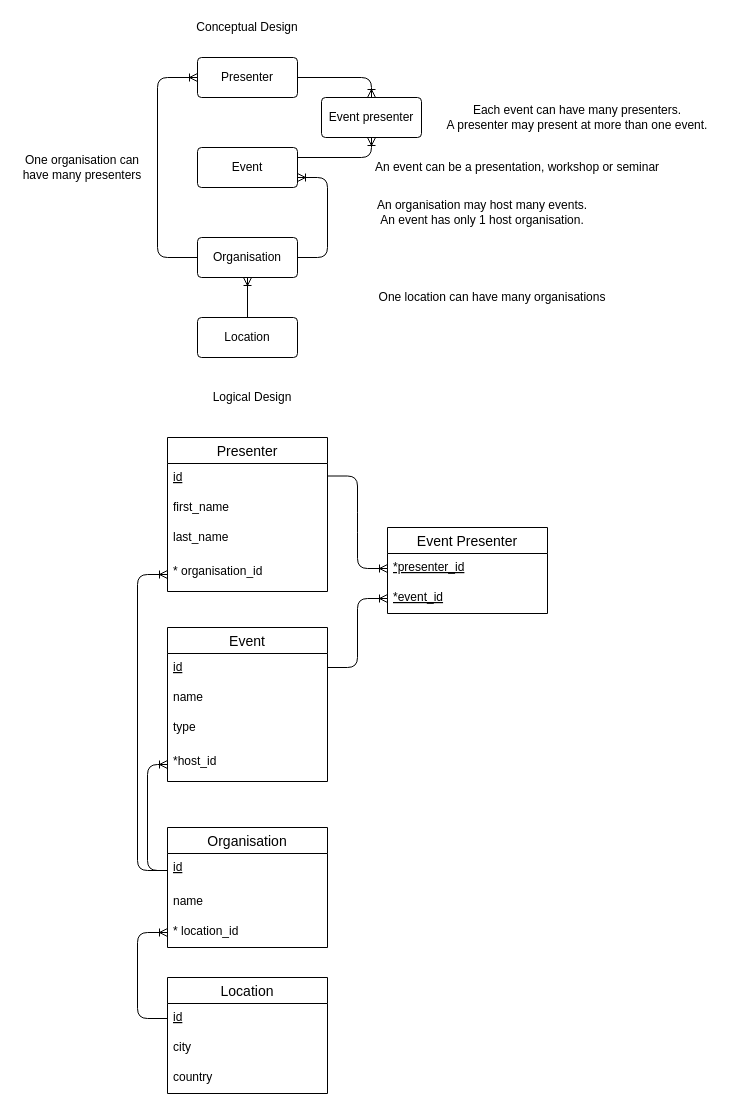
This is page "Page-1" (1 of 2) of persistence/creation/Untitled Diagram.drawio from Mariahutchinson44/COM728, a draw.io file, before an edit. Source tidied: cells renumbered, new cells numbered last; positions are measured from the earlier drawing's top-left corner, leaving out a move shared by most shapes. Both pictures are drawn from the tidied source at 100%, with x=0, y=0 at pixel (17, 17).
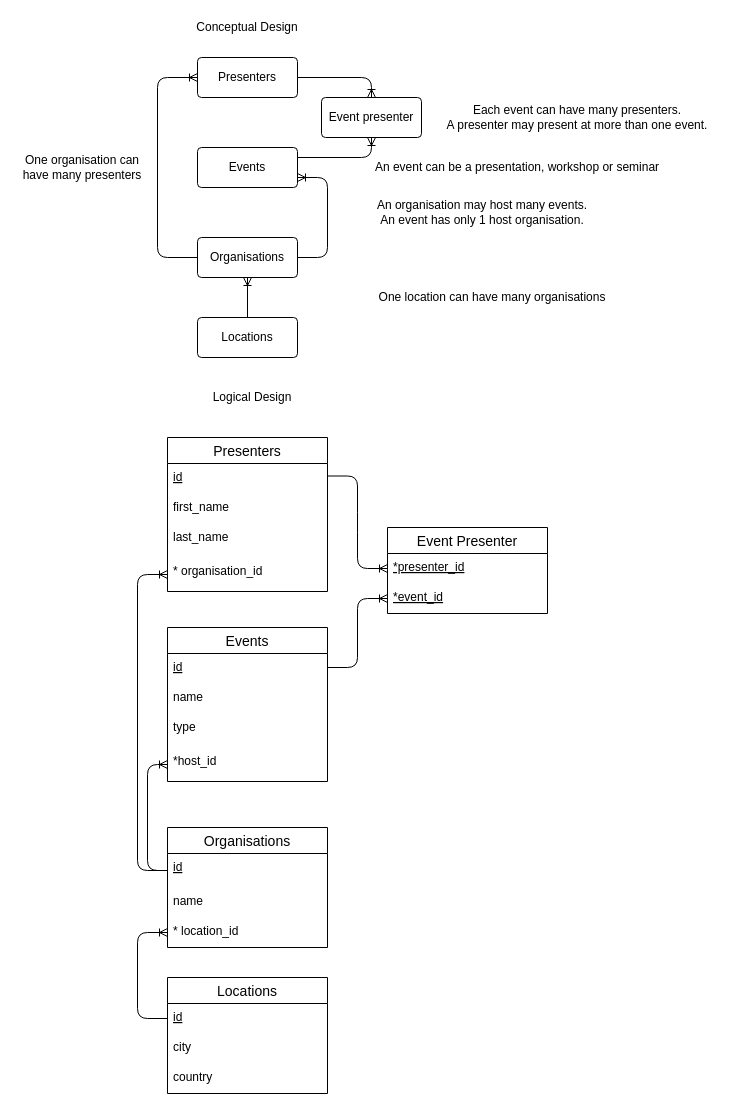
After the change.

What changed in the source:
```diff
@@
-    <mxCell id="2" value="Presenter" style="rounded=1;arcSize=10;whiteSpace=wrap;html=1;align=center;" parent="1" vertex="1">
+    <mxCell id="2" value="Presenters" style="rounded=1;arcSize=10;whiteSpace=wrap;html=1;align=center;" parent="1" vertex="1">
       <mxGeometry x="180" y="40" width="100" height="40" as="geometry" />
     </mxCell>
-    <mxCell id="3" value="Event" style="rounded=1;arcSize=10;whiteSpace=wrap;html=1;align=center;" parent="1" vertex="1">
+    <mxCell id="3" value="Events" style="rounded=1;arcSize=10;whiteSpace=wrap;html=1;align=center;" parent="1" vertex="1">
       <mxGeometry x="180" y="130" width="100" height="40" as="geometry" />
     </mxCell>
@@
-    <mxCell id="5" value="Organisation" style="rounded=1;arcSize=10;whiteSpace=wrap;html=1;align=center;" parent="1" vertex="1">
+    <mxCell id="5" value="Organisations" style="rounded=1;arcSize=10;whiteSpace=wrap;html=1;align=center;" parent="1" vertex="1">
       <mxGeometry x="180" y="220" width="100" height="40" as="geometry" />
     </mxCell>
@@
-    <mxCell id="8" value="Location" style="rounded=1;arcSize=10;whiteSpace=wrap;html=1;align=center;" parent="1" vertex="1">
+    <mxCell id="8" value="Locations" style="rounded=1;arcSize=10;whiteSpace=wrap;html=1;align=center;" parent="1" vertex="1">
       <mxGeometry x="180" y="300" width="100" height="40" as="geometry" />
     </mxCell>
@@
-    <mxCell id="20" value="Event" style="swimlane;fontStyle=0;horizontal=1;startSize=26;align=center;fontSize=14;" parent="1" vertex="1">
+    <mxCell id="20" value="Events" style="swimlane;fontStyle=0;horizontal=1;startSize=26;align=center;fontSize=14;" parent="1" vertex="1">
       <mxGeometry x="150" y="610" width="160" height="154" as="geometry" />
     </mxCell>
@@
-    <mxCell id="25" value="Organisation" style="swimlane;fontStyle=0;horizontal=1;startSize=26;align=center;fontSize=14;" parent="1" vertex="1">
+    <mxCell id="25" value="Organisations" style="swimlane;fontStyle=0;horizontal=1;startSize=26;align=center;fontSize=14;" parent="1" vertex="1">
       <mxGeometry x="150" y="810" width="160" height="120" as="geometry" />
     </mxCell>
@@
-    <mxCell id="29" value="Location" style="swimlane;fontStyle=0;horizontal=1;startSize=26;align=center;fontSize=14;" parent="1" vertex="1">
+    <mxCell id="29" value="Locations" style="swimlane;fontStyle=0;horizontal=1;startSize=26;align=center;fontSize=14;" parent="1" vertex="1">
       <mxGeometry x="150" y="960" width="160" height="116" as="geometry" />
     </mxCell>
@@
-    <mxCell id="33" value="Presenter" style="swimlane;fontStyle=0;horizontal=1;startSize=26;align=center;fontSize=14;" parent="1" vertex="1">
+    <mxCell id="33" value="Presenters" style="swimlane;fontStyle=0;horizontal=1;startSize=26;align=center;fontSize=14;" parent="1" vertex="1">
       <mxGeometry x="150" y="420" width="160" height="154" as="geometry" />
     </mxCell>
```
